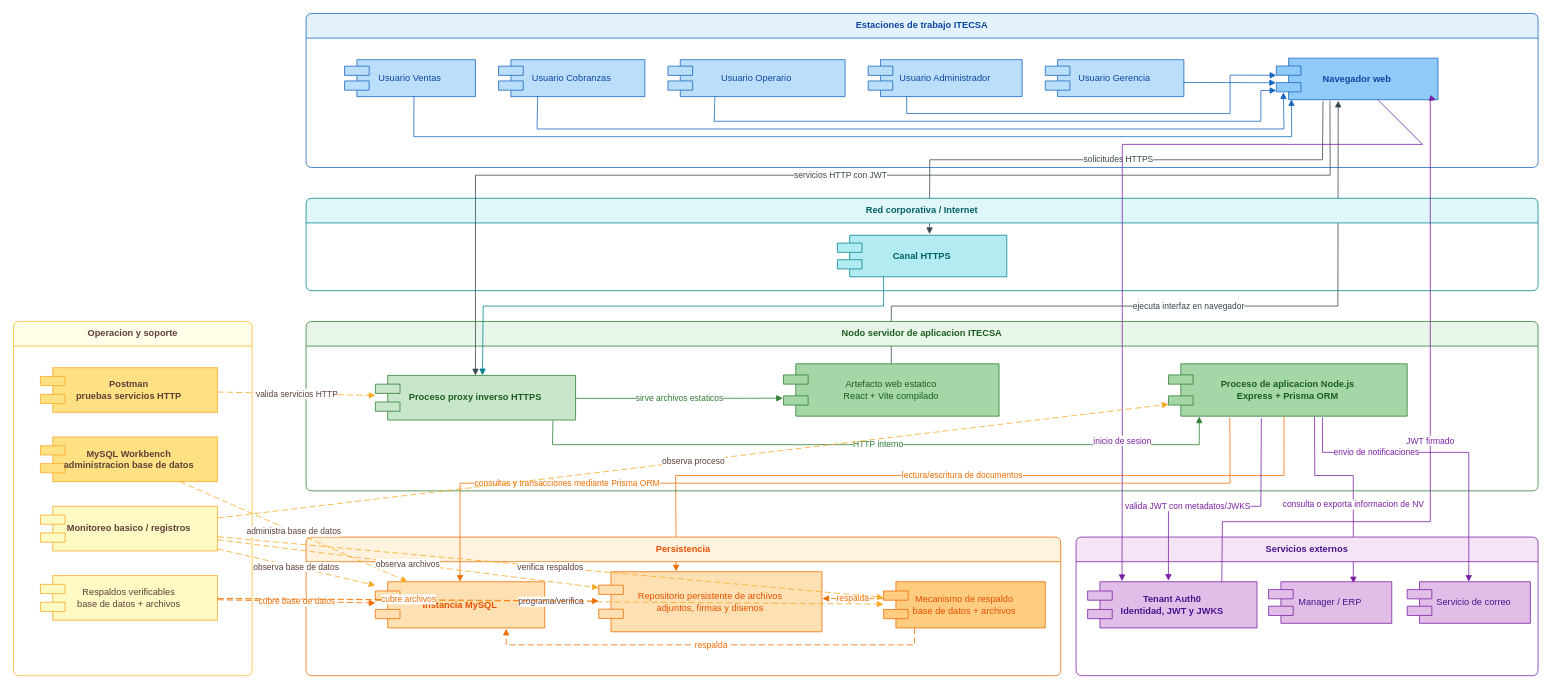
Above: docs/Arquitectura/Diagrama de Despliegue.drawio in Grupo10ingsoftware/itecsa-docs (draw.io), before the change. Source tidied: cells renumbered, new cells numbered last; positions are measured from the earlier drawing's top-left corner, leaving out a move shared by most shapes. Both pictures are drawn from the tidied source at 77%, with x=0, y=0 at pixel (13, 13).
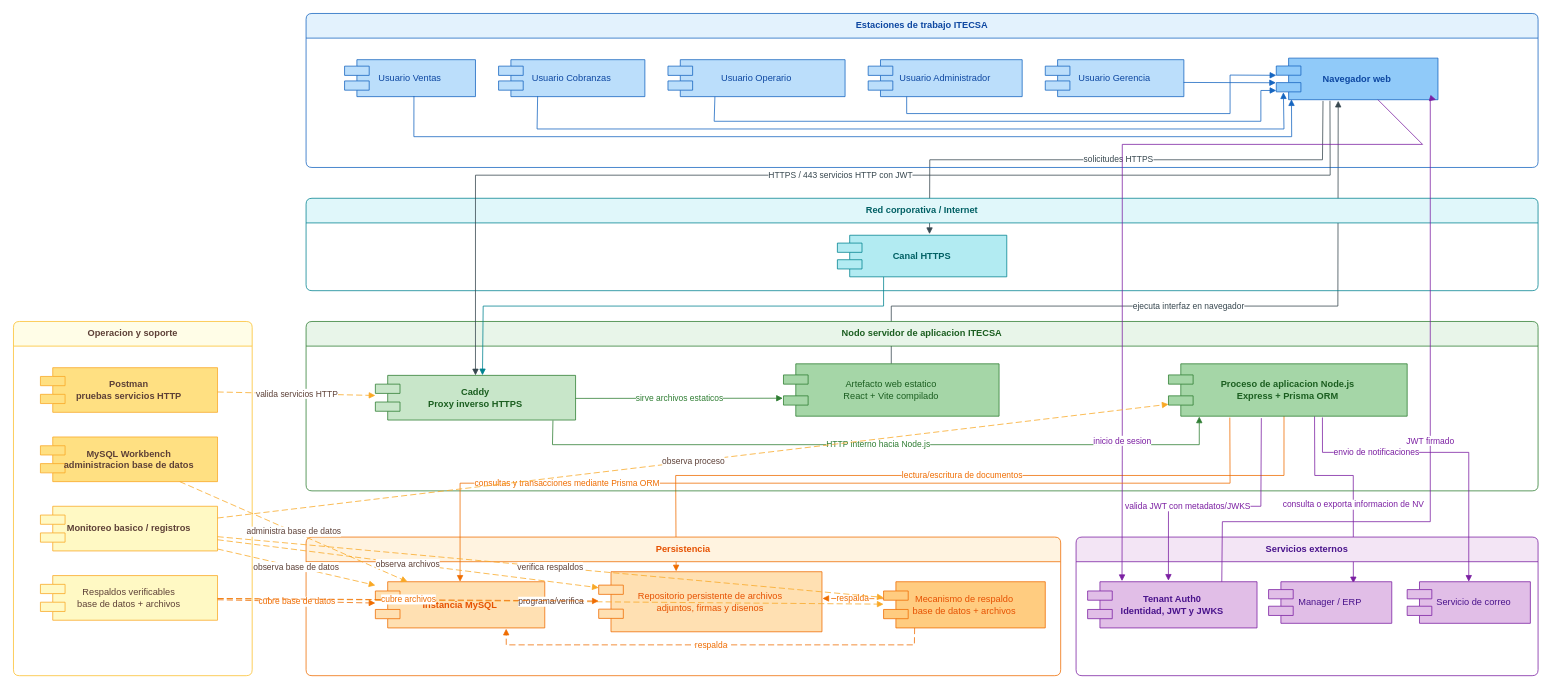
Above is the later version.

Commit message (it also covers changes not shown here):
Integra Caddy como proxy inverso y aclara HTTP/HTTPS

The change refers to these unchanged cells:
```xml
<mxCell id="12" value="Navegador web" style="shape=component;whiteSpace=wrap;html=1;fillColor=#90CAF9;strokeColor=#1565C0;fontColor=#0D47A1;fontStyle=1;" parent="6" vertex="1">
  <mxGeometry x="1260" y="58" width="210" height="54" as="geometry" />
</mxCell>
<mxCell id="18" value="Nodo servidor de aplicacion ITECSA" style="swimlane;whiteSpace=wrap;html=1;startSize=32;rounded=1;arcSize=8;fillColor=#E8F5E9;strokeColor=#2E7D32;fontColor=#1B5E20;fontStyle=1;" parent="1" vertex="1">
  <mxGeometry x="380" y="400" width="1600" height="220" as="geometry" />
</mxCell>
<mxCell id="21" value="Proceso de aplicacion Node.js&lt;br&gt;Express + Prisma ORM" style="shape=component;whiteSpace=wrap;html=1;fillColor=#A5D6A7;strokeColor=#2E7D32;fontColor=#1B5E20;fontStyle=1;" parent="18" vertex="1">
  <mxGeometry x="1120" y="55" width="310" height="68" as="geometry" />
</mxCell>
```

What changed in the source:
```diff
@@
-    <mxCell id="19" value="Proceso proxy inverso HTTPS" style="shape=component;whiteSpace=wrap;html=1;fillColor=#C8E6C9;strokeColor=#2E7D32;fontColor=#1B5E20;fontStyle=1;" parent="18" vertex="1">
+    <mxCell id="19" value="Caddy&lt;br&gt;Proxy inverso HTTPS" style="shape=component;whiteSpace=wrap;html=1;fillColor=#C8E6C9;strokeColor=#2E7D32;fontColor=#1B5E20;fontStyle=1;" parent="18" vertex="1">
       <mxGeometry x="90" y="70" width="260" height="58" as="geometry" />
     </mxCell>
@@
-    <mxCell id="34" value="servicios HTTP con JWT" style="endArrow=block;html=1;rounded=0;strokeColor=#37474F;fontColor=#37474F;exitX=0.332;exitY=1.026;exitDx=0;exitDy=0;exitPerimeter=0;" parent="1" edge="1" source="12" target="19">
+    <mxCell id="34" value="HTTPS / 443 servicios HTTP con JWT" style="endArrow=block;html=1;rounded=0;strokeColor=#37474F;fontColor=#37474F;exitX=0.332;exitY=1.026;exitDx=0;exitDy=0;exitPerimeter=0;" parent="1" edge="1" source="12" target="19">
       <mxGeometry relative="1" as="geometry">
         <Array as="points">
           <mxPoint x="1710" y="210" />
           <mxPoint x="600" y="210" />
         </Array>
       </mxGeometry>
     </mxCell>
-    <mxCell id="35" value="HTTP interno" style="endArrow=block;html=1;rounded=0;strokeColor=#2E7D32;fontColor=#2E7D32;exitX=0.887;exitY=1.009;exitDx=0;exitDy=0;exitPerimeter=0;entryX=0.129;entryY=1.007;entryDx=0;entryDy=0;entryPerimeter=0;" parent="1" edge="1" source="19" target="21">
+    <mxCell id="35" value="HTTP interno hacia Node.js" style="endArrow=block;html=1;rounded=0;strokeColor=#2E7D32;fontColor=#2E7D32;exitX=0.887;exitY=1.009;exitDx=0;exitDy=0;exitPerimeter=0;entryX=0.129;entryY=1.007;entryDx=0;entryDy=0;entryPerimeter=0;" parent="1" edge="1" source="19" target="21">
       <mxGeometry relative="1" as="geometry">
         <Array as="points">
           <mxPoint x="700" y="560" />
           <mxPoint x="1540" y="560" />
         </Array>
       </mxGeometry>
     </mxCell>
```
